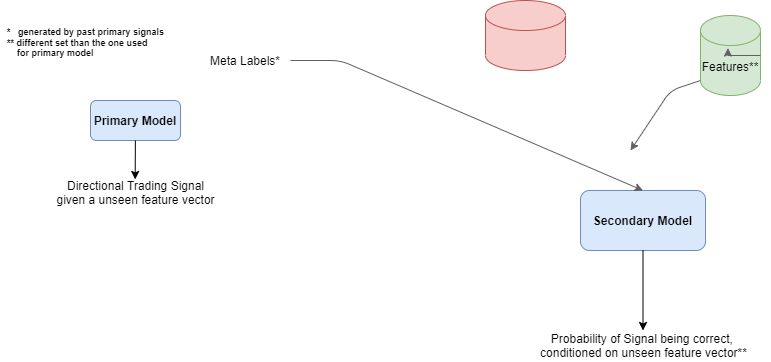
aarzt21/MasterThesisETHZ keeps this draw.io diagram as Graphics/Untitled Diagram.png. Above is the earlier version. Source tidied: cells renumbered, new cells last; positions are measured from the earlier drawing's top-left corner, leaving out a move shared by most shapes.
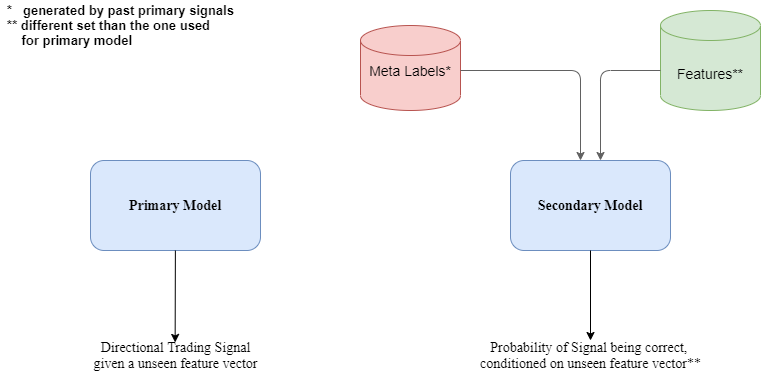
The same file after the commit.

Change to the diagram source:
```diff
@@ -2,54 +2,53 @@
   <root>
     <mxCell id="0" />
     <mxCell id="1" parent="0" />
-    <mxCell id="2" value="&lt;b&gt;Primary Model&lt;/b&gt;" style="rounded=1;whiteSpace=wrap;html=1;fillColor=#dae8fc;strokeColor=#6c8ebf;" parent="1" vertex="1">
-      <mxGeometry x="90" y="100" width="90" height="40" as="geometry" />
+    <mxCell id="2" value="&lt;b&gt;&lt;font face=&quot;Times New Roman&quot; style=&quot;font-size: 14px&quot;&gt;Primary Model&lt;/font&gt;&lt;/b&gt;" style="rounded=1;whiteSpace=wrap;html=1;fillColor=#dae8fc;strokeColor=#6c8ebf;" parent="1" vertex="1">
+      <mxGeometry x="100" y="190" width="170" height="90" as="geometry" />
     </mxCell>
     <mxCell id="3" style="endArrow=classic;html=1;entryX=0.498;entryY=0.064;entryDx=0;entryDy=0;entryPerimeter=0;" parent="1" edge="1" source="2" target="11">
       <mxGeometry relative="1" as="geometry" />
     </mxCell>
-    <mxCell id="4" value="&lt;b&gt;Secondary Model&lt;/b&gt;" style="rounded=1;whiteSpace=wrap;html=1;fillColor=#dae8fc;strokeColor=#6c8ebf;" parent="1" vertex="1">
-      <mxGeometry x="580" y="190" width="125" height="60" as="geometry" />
+    <mxCell id="4" value="&lt;b&gt;&lt;font face=&quot;Times New Roman&quot; style=&quot;font-size: 14px&quot;&gt;Secondary Model&lt;/font&gt;&lt;/b&gt;" style="rounded=1;whiteSpace=wrap;html=1;fillColor=#dae8fc;strokeColor=#6c8ebf;" parent="1" vertex="1">
+      <mxGeometry x="520" y="190" width="160" height="90" as="geometry" />
     </mxCell>
     <mxCell id="5" style="shape=cylinder3;whiteSpace=wrap;html=1;boundedLbl=1;backgroundOutline=1;size=15;fillColor=#f8cecc;strokeColor=#b85450;" parent="1" vertex="1">
-      <mxGeometry x="485" width="80" height="70" as="geometry" />
+      <mxGeometry x="370" y="55" width="100" height="85" as="geometry" />
     </mxCell>
-    <mxCell id="6" value="Meta Labels*" style="text;html=1;strokeColor=none;fillColor=none;align=center;verticalAlign=middle;whiteSpace=wrap;rounded=0;" parent="1" vertex="1">
-      <mxGeometry x="205" y="50" width="80" height="20" as="geometry" />
+    <mxCell id="6" value="&lt;font style=&quot;font-size: 14px&quot;&gt;Meta Labels*&lt;/font&gt;" style="text;html=1;strokeColor=none;fillColor=none;align=center;verticalAlign=middle;whiteSpace=wrap;rounded=0;" parent="1" vertex="1">
+      <mxGeometry x="365" y="90" width="110" height="20" as="geometry" />
     </mxCell>
-    <mxCell id="7" style="endArrow=classic;html=1;strokeColor=#616161;entryX=0.5;entryY=0;entryDx=0;entryDy=0;" parent="1" edge="1" target="4">
+    <mxCell id="7" style="endArrow=classic;html=1;strokeColor=#616161;" parent="1" edge="1">
       <mxGeometry relative="1" as="geometry">
-        <mxPoint x="290" y="60" as="sourcePoint" />
+        <mxPoint x="470" y="100" as="sourcePoint" />
+        <mxPoint x="590" y="190" as="targetPoint" />
         <Array as="points">
-          <mxPoint x="340" y="60" />
+          <mxPoint x="590" y="100" />
         </Array>
       </mxGeometry>
     </mxCell>
-    <mxCell id="8" value="Features**" style="shape=cylinder3;whiteSpace=wrap;html=1;boundedLbl=1;backgroundOutline=1;size=15;fillColor=#d5e8d4;strokeColor=#82b366;" parent="1" vertex="1">
-      <mxGeometry x="700" y="15" width="60" height="80" as="geometry" />
+    <mxCell id="8" value="&lt;font style=&quot;font-size: 14px&quot;&gt;Features**&lt;/font&gt;" style="shape=cylinder3;whiteSpace=wrap;html=1;boundedLbl=1;backgroundOutline=1;size=15;fillColor=#d5e8d4;strokeColor=#82b366;" parent="1" vertex="1">
+      <mxGeometry x="670" y="40" width="100" height="100" as="geometry" />
     </mxCell>
-    <mxCell id="9" style="endArrow=classic;html=1;strokeColor=#616161;exitX=0;exitY=1;exitDx=0;exitDy=-15;exitPerimeter=0;" parent="1" edge="1" source="8">
-      <mxGeometry relative="1" as="geometry">
-        <mxPoint x="630" y="150" as="targetPoint" />
-        <Array as="points">
-          <mxPoint x="670" y="90" />
-        </Array>
-      </mxGeometry>
-    </mxCell>
     <mxCell id="10" style="endArrow=classic;html=1;" parent="1" edge="1" source="4" target="12">
       <mxGeometry relative="1" as="geometry" />
     </mxCell>
-    <mxCell id="11" value="Directional Trading Signal&lt;br&gt;given a unseen feature vector" style="text;html=1;align=center;verticalAlign=middle;points=[];" parent="1" vertex="1">
-      <mxGeometry x="50" y="177" width="170" height="30" as="geometry" />
+    <mxCell id="11" value="&lt;font face=&quot;Times New Roman&quot; style=&quot;font-size: 14px&quot;&gt;Directional Trading Signal&lt;br&gt;given a unseen feature vector&lt;/font&gt;" style="text;html=1;align=center;verticalAlign=middle;points=[];" parent="1" vertex="1">
+      <mxGeometry x="95" y="370" width="180" height="30" as="geometry" />
     </mxCell>
-    <mxCell id="12" value="Probability of Signal being correct, &lt;br&gt;conditioned on unseen feature vector**" style="text;html=1;align=center;verticalAlign=middle;points=[];" parent="1" vertex="1">
-      <mxGeometry x="532.5" y="330" width="220" height="30" as="geometry" />
+    <mxCell id="12" value="&lt;font face=&quot;Times New Roman&quot; style=&quot;font-size: 14px&quot;&gt;Probability of Signal being correct, &lt;br&gt;conditioned on unseen feature vector**&lt;/font&gt;" style="text;html=1;align=center;verticalAlign=middle;points=[];" parent="1" vertex="1">
+      <mxGeometry x="480" y="370" width="240" height="30" as="geometry" />
     </mxCell>
-    <mxCell id="13" value="&lt;div style=&quot;text-align: left&quot;&gt;&lt;b style=&quot;font-size: 9px&quot;&gt;*&amp;nbsp; &amp;nbsp;generated by past primary signals&lt;/b&gt;&lt;/div&gt;&lt;font style=&quot;font-size: 9px&quot;&gt;&lt;div style=&quot;text-align: left&quot;&gt;&lt;b&gt;** different set than the one used&amp;nbsp;&lt;/b&gt;&lt;/div&gt;&lt;b&gt;&lt;div style=&quot;text-align: left&quot;&gt;&lt;b&gt;&amp;nbsp; &amp;nbsp; for primary model&lt;/b&gt;&lt;/div&gt;&lt;/b&gt;&lt;/font&gt;" style="text;html=1;align=center;verticalAlign=middle;" parent="1" vertex="1">
-      <mxGeometry y="15" width="170" height="50" as="geometry" />
+    <mxCell id="13" value="&lt;div style=&quot;text-align: left ; font-size: 13px&quot;&gt;&lt;b&gt;&lt;font style=&quot;font-size: 13px&quot;&gt;*&amp;nbsp; &amp;nbsp;generated by past primary signals&lt;/font&gt;&lt;/b&gt;&lt;/div&gt;&lt;font style=&quot;font-size: 13px&quot;&gt;&lt;div style=&quot;text-align: left&quot;&gt;&lt;b&gt;** different set than the one used&amp;nbsp;&lt;/b&gt;&lt;/div&gt;&lt;b&gt;&lt;div style=&quot;text-align: left&quot;&gt;&lt;b&gt;&amp;nbsp; &amp;nbsp; for primary model&lt;/b&gt;&lt;/div&gt;&lt;/b&gt;&lt;/font&gt;" style="text;html=1;align=center;verticalAlign=middle;" parent="1" vertex="1">
+      <mxGeometry x="10" y="30" width="240" height="50" as="geometry" />
     </mxCell>
-    <mxCell id="14" style="edgeStyle=orthogonalEdgeStyle;rounded=0;orthogonalLoop=1;jettySize=auto;html=1;exitX=1;exitY=0.5;exitDx=0;exitDy=0;exitPerimeter=0;entryX=0.457;entryY=0.407;entryDx=0;entryDy=0;entryPerimeter=0;strokeColor=#616161;" parent="1" edge="1" source="8" target="8">
-      <mxGeometry relative="1" as="geometry" />
-    </mxCell>
+    <mxCell id="15" style="endArrow=classic;html=1;strokeColor=#616161;" parent="1" edge="1">
+      <mxGeometry relative="1" as="geometry">
+        <mxPoint x="670" y="100" as="sourcePoint" />
+        <mxPoint x="610" y="190" as="targetPoint" />
+        <Array as="points">
+          <mxPoint x="610" y="100" />
+        </Array>
+      </mxGeometry>
+    </mxCell>
   </root>
 </mxGraphModel>
```
